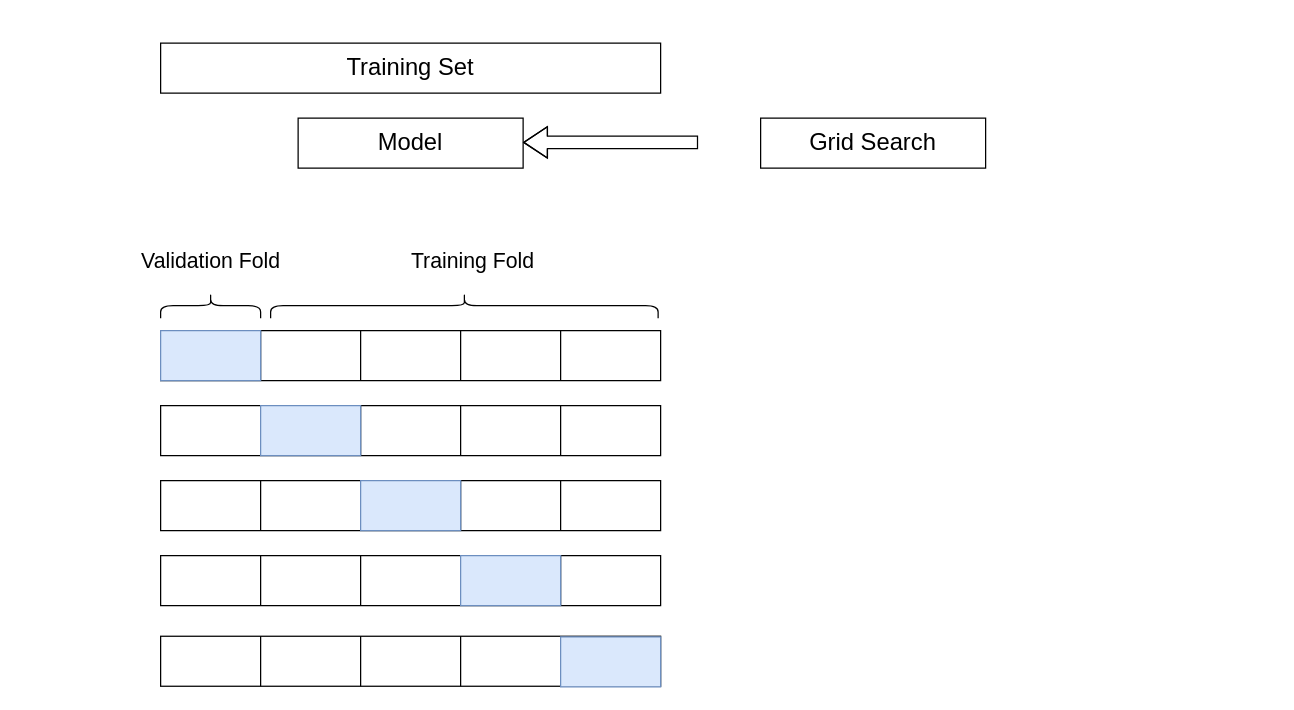
This is CrossValidationWithGridSearch.drawio from eya-harbaoui/Diagramms, a draw.io file, before an edit. Source tidied: cells renumbered, new cells numbered last; positions are measured from the earlier drawing's top-left corner, leaving out a move shared by most shapes. Both pictures are drawn from the tidied source at 125%, with x=0, y=0 at pixel (125, 42). Pictures stored in the file or linked from it are replaced by grey dashed boxes.
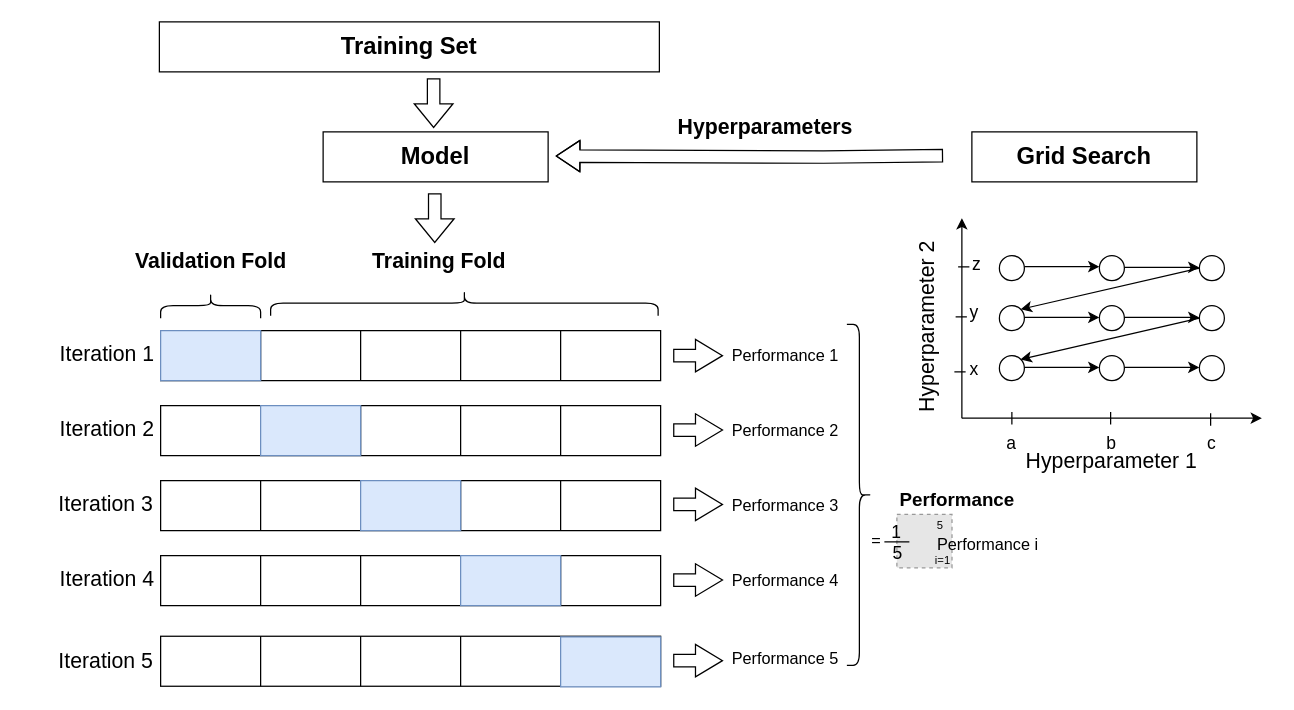
Above is the later version.

Commit message (it also covers changes not shown here):
Mettre à jour CrossValidationWithGridSearch.drawio

The edit, as a diff of the source:
```diff
@@
-    <mxCell id="2" value="&lt;font style=&quot;font-size: 19px;&quot;&gt;Training Set&lt;/font&gt;" style="rounded=0;whiteSpace=wrap;html=1;" parent="1" vertex="1">
-      <mxGeometry x="28" width="400" height="40" as="geometry" />
+    <mxCell id="2" value="&lt;font style=&quot;font-size: 19px;&quot;&gt;&lt;b&gt;Training Set&lt;/b&gt;&lt;/font&gt;" style="rounded=0;whiteSpace=wrap;html=1;" parent="1" vertex="1">
+      <mxGeometry x="27" y="-17" width="400" height="40" as="geometry" />
     </mxCell>
-    <mxCell id="3" value="&lt;font style=&quot;font-size: 19px;&quot;&gt;Model&lt;/font&gt;" style="rounded=0;whiteSpace=wrap;html=1;" parent="1" vertex="1">
-      <mxGeometry x="138" y="60" width="180" height="40" as="geometry" />
+    <mxCell id="3" value="&lt;font style=&quot;font-size: 19px;&quot;&gt;&lt;b&gt;Model&lt;/b&gt;&lt;/font&gt;" style="rounded=0;whiteSpace=wrap;html=1;" parent="1" vertex="1">
+      <mxGeometry x="158" y="71" width="180" height="40" as="geometry" />
     </mxCell>
-    <mxCell id="4" value="&lt;font style=&quot;font-size: 19px;&quot;&gt;Grid Search&lt;/font&gt;" style="rounded=0;whiteSpace=wrap;html=1;" parent="1" vertex="1">
-      <mxGeometry x="508" y="60" width="180" height="40" as="geometry" />
+    <mxCell id="4" value="&lt;font style=&quot;font-size: 19px;&quot;&gt;&lt;b&gt;Grid Search&lt;/b&gt;&lt;/font&gt;" style="rounded=0;whiteSpace=wrap;html=1;" parent="1" vertex="1">
+      <mxGeometry x="677" y="71" width="180" height="40" as="geometry" />
     </mxCell>
@@
-    <mxCell id="35" style="shape=curlyBracket;whiteSpace=wrap;html=1;rounded=1;labelPosition=left;verticalLabelPosition=middle;align=right;verticalAlign=middle;rotation=90;strokeWidth=1;size=0.5;" parent="1" vertex="1">
-      <mxGeometry x="261" y="55" width="20" height="310" as="geometry" />
+    <mxCell id="35" style="shape=curlyBracket;whiteSpace=wrap;html=1;rounded=1;labelPosition=left;verticalLabelPosition=middle;align=right;verticalAlign=middle;rotation=-180;strokeWidth=1;size=0.5;" parent="1" vertex="1">
+      <mxGeometry x="577" y="225" width="20" height="272.7" as="geometry" />
     </mxCell>
@@
-    <mxCell id="37" value="&lt;font style=&quot;font-size: 17px;&quot;&gt;Validation Fold&lt;/font&gt;" style="text;html=1;align=center;verticalAlign=middle;whiteSpace=wrap;rounded=0;" parent="1" vertex="1">
+    <mxCell id="37" value="&lt;font style=&quot;font-size: 17px;&quot;&gt;&lt;b&gt;Validation Fold&lt;/b&gt;&lt;/font&gt;" style="text;html=1;align=center;verticalAlign=middle;whiteSpace=wrap;rounded=0;" parent="1" vertex="1">
       <mxGeometry x="0.5" y="160" width="135" height="30" as="geometry" />
     </mxCell>
-    <mxCell id="38" value="&lt;font style=&quot;font-size: 17px;&quot;&gt;Training Fold&lt;/font&gt;" style="text;html=1;align=center;verticalAlign=middle;whiteSpace=wrap;rounded=0;" parent="1" vertex="1">
-      <mxGeometry x="198" y="160" width="160" height="30" as="geometry" />
+    <mxCell id="38" value="&lt;font style=&quot;font-size: 17px;&quot;&gt;&lt;b&gt;Training Fold&lt;/b&gt;&lt;/font&gt;" style="text;html=1;align=center;verticalAlign=middle;whiteSpace=wrap;rounded=0;" parent="1" vertex="1">
+      <mxGeometry x="171" y="160" width="160" height="30" as="geometry" />
     </mxCell>
     <mxCell id="39" style="shape=flexArrow;endArrow=classic;html=1;rounded=0;endWidth=14.117647058823529;endSize=5.976470588235294;" parent="1" edge="1">
       <mxGeometry relative="1" as="geometry">
-        <mxPoint x="458" y="79.4" as="sourcePoint" />
-        <mxPoint x="318" y="79.4" as="targetPoint" />
+        <mxPoint x="654" y="90" as="sourcePoint" />
+        <mxPoint x="344" y="90.3" as="targetPoint" />
         <Array as="points">
-          <mxPoint x="388" y="79.4" />
+          <mxPoint x="558.2" y="91.1" />
         </Array>
       </mxGeometry>
     </mxCell>
+    <mxCell id="40" value="&lt;span style=&quot;font-size: 17px;&quot;&gt;Iteration 1&lt;/span&gt;" style="text;html=1;align=center;verticalAlign=middle;whiteSpace=wrap;rounded=0;" parent="1" vertex="1">
+      <mxGeometry x="-82" y="235" width="135" height="30" as="geometry" />
+    </mxCell>
+    <mxCell id="41" value="&lt;span style=&quot;font-size: 17px;&quot;&gt;Iteration 2&lt;/span&gt;" style="text;html=1;align=center;verticalAlign=middle;whiteSpace=wrap;rounded=0;" parent="1" vertex="1">
+      <mxGeometry x="-82" y="295" width="135" height="30" as="geometry" />
+    </mxCell>
+    <mxCell id="42" value="&lt;span style=&quot;font-size: 17px;&quot;&gt;Iteration 3&lt;/span&gt;" style="text;html=1;align=center;verticalAlign=middle;whiteSpace=wrap;rounded=0;" parent="1" vertex="1">
+      <mxGeometry x="-83" y="355" width="135" height="30" as="geometry" />
+    </mxCell>
+    <mxCell id="43" value="&lt;span style=&quot;font-size: 17px;&quot;&gt;Iteration 4&lt;/span&gt;" style="text;html=1;align=center;verticalAlign=middle;whiteSpace=wrap;rounded=0;" parent="1" vertex="1">
+      <mxGeometry x="-82" y="415" width="135" height="30" as="geometry" />
+    </mxCell>
+    <mxCell id="44" value="&lt;span style=&quot;font-size: 17px;&quot;&gt;Iteration 5&lt;/span&gt;" style="text;html=1;align=center;verticalAlign=middle;whiteSpace=wrap;rounded=0;" parent="1" vertex="1">
+      <mxGeometry x="-83" y="480" width="135" height="30" as="geometry" />
+    </mxCell>
+    <mxCell id="45" style="shape=flexArrow;endArrow=classic;html=1;rounded=0;endWidth=15;endSize=6.87;" parent="1" edge="1">
+      <mxGeometry relative="1" as="geometry">
+        <mxPoint x="438" y="250" as="sourcePoint" />
+        <mxPoint x="478" y="250" as="targetPoint" />
+      </mxGeometry>
+    </mxCell>
+    <mxCell id="46" style="shape=flexArrow;endArrow=classic;html=1;rounded=0;endWidth=15;endSize=6.87;" parent="1" edge="1">
+      <mxGeometry relative="1" as="geometry">
+        <mxPoint x="438" y="309.5" as="sourcePoint" />
+        <mxPoint x="478" y="309.5" as="targetPoint" />
+      </mxGeometry>
+    </mxCell>
+    <mxCell id="47" style="shape=flexArrow;endArrow=classic;html=1;rounded=0;endWidth=15;endSize=6.87;" parent="1" edge="1">
+      <mxGeometry relative="1" as="geometry">
+        <mxPoint x="438" y="369" as="sourcePoint" />
+        <mxPoint x="478" y="369" as="targetPoint" />
+      </mxGeometry>
+    </mxCell>
+    <mxCell id="48" style="shape=flexArrow;endArrow=classic;html=1;rounded=0;endWidth=15;endSize=6.87;" parent="1" edge="1">
+      <mxGeometry relative="1" as="geometry">
+        <mxPoint x="438" y="429.5" as="sourcePoint" />
+        <mxPoint x="478" y="429.5" as="targetPoint" />
+      </mxGeometry>
+    </mxCell>
+    <mxCell id="49" style="shape=flexArrow;endArrow=classic;html=1;rounded=0;endWidth=15;endSize=6.87;" parent="1" edge="1">
+      <mxGeometry relative="1" as="geometry">
+        <mxPoint x="438" y="494" as="sourcePoint" />
+        <mxPoint x="478" y="494" as="targetPoint" />
+      </mxGeometry>
+    </mxCell>
+    <mxCell id="50" value="&lt;font style=&quot;font-size: 13px;&quot;&gt;Performance 1&lt;/font&gt;" style="text;html=1;align=center;verticalAlign=middle;whiteSpace=wrap;rounded=0;" parent="1" vertex="1">
+      <mxGeometry x="471.5" y="235" width="112" height="30" as="geometry" />
+    </mxCell>
+    <mxCell id="51" style="group;" parent="1" vertex="1">
+      <mxGeometry x="567" y="373" width="160" height="58" as="geometry" />
+    </mxCell>
+    <mxCell id="52" style="fillColor=#E6E6E6;strokeColor=#999999;dashed=1;verticalLabelPosition=bottom;labelBackgroundColor=default;verticalAlign=top;" parent="51" vertex="1">
+      <mxGeometry x="50" y="4" width="44.1" height="42.7" as="geometry" />
+    </mxCell>
+    <mxCell id="53" style="group;" parent="51" vertex="1">
+      <mxGeometry x="20" y="3" width="60" height="45" as="geometry" />
+    </mxCell>
+    <mxCell id="54" value="&lt;font style=&quot;font-size: 14px;&quot;&gt;1&lt;/font&gt;" style="text;html=1;align=center;verticalAlign=middle;whiteSpace=wrap;rounded=0;" parent="53" vertex="1">
+      <mxGeometry width="60" height="30" as="geometry" />
+    </mxCell>
+    <mxCell id="55" value="&lt;font style=&quot;font-size: 14px;&quot;&gt;5&lt;/font&gt;" style="text;html=1;align=center;verticalAlign=middle;whiteSpace=wrap;rounded=0;" parent="53" vertex="1">
+      <mxGeometry x="1" y="19" width="60" height="26" as="geometry" />
+    </mxCell>
+    <mxCell id="56" style="endArrow=none;html=1;rounded=0;" parent="53" edge="1">
+      <mxGeometry relative="1" as="geometry">
+        <mxPoint x="20" y="23" as="sourcePoint" />
+        <mxPoint x="40" y="23" as="targetPoint" />
+      </mxGeometry>
+    </mxCell>
+    <mxCell id="57" value="&lt;font style=&quot;font-size: 13px;&quot;&gt;&amp;nbsp; &amp;nbsp; =&lt;/font&gt;" style="text;html=1;align=center;verticalAlign=middle;whiteSpace=wrap;rounded=0;" parent="53" vertex="1">
+      <mxGeometry x="-16" y="7" width="45" height="30" as="geometry" />
+    </mxCell>
+    <mxCell id="58" value="&lt;font style=&quot;font-size: 9px;&quot;&gt;i=1&lt;/font&gt;" style="text;html=1;align=center;verticalAlign=middle;whiteSpace=wrap;rounded=0;" parent="51" vertex="1">
+      <mxGeometry x="57" y="25" width="60" height="30" as="geometry" />
+    </mxCell>
+    <mxCell id="59" value="&lt;font style=&quot;font-size: 13px;&quot;&gt;Performance i&lt;/font&gt;" style="text;html=1;align=center;verticalAlign=middle;whiteSpace=wrap;rounded=0;" parent="51" vertex="1">
+      <mxGeometry x="78" y="12.5" width="90" height="30" as="geometry" />
+    </mxCell>
+    <mxCell id="60" value="&lt;font style=&quot;font-size: 9px;&quot;&gt;5&lt;/font&gt;" style="text;html=1;align=center;verticalAlign=middle;whiteSpace=wrap;rounded=0;" parent="51" vertex="1">
+      <mxGeometry x="55" y="-3" width="60" height="30" as="geometry" />
+    </mxCell>
+    <mxCell id="61" style="shape=curlyBracket;whiteSpace=wrap;html=1;rounded=1;labelPosition=left;verticalLabelPosition=middle;align=right;verticalAlign=middle;rotation=90;strokeWidth=1;size=0.5;" parent="1" vertex="1">
+      <mxGeometry x="261" y="53" width="20" height="310" as="geometry" />
+    </mxCell>
+    <mxCell id="62" style="shape=flexArrow;endArrow=classic;html=1;rounded=0;" parent="1" edge="1">
+      <mxGeometry relative="1" as="geometry">
+        <mxPoint x="246.4" y="28" as="sourcePoint" />
+        <mxPoint x="246.4" y="68" as="targetPoint" />
+      </mxGeometry>
+    </mxCell>
+    <mxCell id="63" style="shape=flexArrow;endArrow=classic;html=1;rounded=0;" parent="1" edge="1">
+      <mxGeometry relative="1" as="geometry">
+        <mxPoint x="247.3" y="120" as="sourcePoint" />
+        <mxPoint x="247.3" y="160" as="targetPoint" />
+      </mxGeometry>
+    </mxCell>
+    <mxCell id="64" value="&lt;font style=&quot;font-size: 17px;&quot;&gt;&lt;b&gt;Hyperparameters&lt;/b&gt;&lt;/font&gt;" style="text;html=1;align=center;verticalAlign=middle;whiteSpace=wrap;rounded=0;" parent="1" vertex="1">
+      <mxGeometry x="427" y="53" width="170" height="30" as="geometry" />
+    </mxCell>
+    <mxCell id="65" value="&lt;font style=&quot;font-size: 17px;&quot;&gt;Hyperparameter 2&lt;/font&gt;" style="text;html=1;align=center;verticalAlign=middle;whiteSpace=wrap;rounded=0;rotation=-90;" parent="1" vertex="1">
+      <mxGeometry x="557" y="212" width="170" height="30" as="geometry" />
+    </mxCell>
+    <mxCell id="66" style="endArrow=classic;html=1;rounded=0;startArrow=none;startFill=0;endFill=1;" parent="1" edge="1">
+      <mxGeometry relative="1" as="geometry">
+        <mxPoint x="669" y="300" as="sourcePoint" />
+        <mxPoint x="669" y="140" as="targetPoint" />
+      </mxGeometry>
+    </mxCell>
+    <mxCell id="67" style="endArrow=none;html=1;rounded=0;startArrow=classic;startFill=1;" parent="1" edge="1">
+      <mxGeometry relative="1" as="geometry">
+        <mxPoint x="909" y="300" as="sourcePoint" />
+        <mxPoint x="669" y="300" as="targetPoint" />
+      </mxGeometry>
+    </mxCell>
+    <mxCell id="68" style="ellipse;whiteSpace=wrap;html=1;" parent="1" vertex="1">
+      <mxGeometry x="699" y="250" width="20" height="20" as="geometry" />
+    </mxCell>
+    <mxCell id="69" style="ellipse;whiteSpace=wrap;html=1;" parent="1" vertex="1">
+      <mxGeometry x="779" y="250" width="20" height="20" as="geometry" />
+    </mxCell>
+    <mxCell id="70" style="ellipse;whiteSpace=wrap;html=1;" parent="1" vertex="1">
+      <mxGeometry x="859" y="250" width="20" height="20" as="geometry" />
+    </mxCell>
+    <mxCell id="71" style="ellipse;whiteSpace=wrap;html=1;" parent="1" vertex="1">
+      <mxGeometry x="699" y="210" width="20" height="20" as="geometry" />
+    </mxCell>
+    <mxCell id="72" style="ellipse;whiteSpace=wrap;html=1;" parent="1" vertex="1">
+      <mxGeometry x="779" y="210" width="20" height="20" as="geometry" />
+    </mxCell>
+    <mxCell id="73" style="ellipse;whiteSpace=wrap;html=1;" parent="1" vertex="1">
+      <mxGeometry x="859" y="210" width="20" height="20" as="geometry" />
+    </mxCell>
+    <mxCell id="74" style="ellipse;whiteSpace=wrap;html=1;" parent="1" vertex="1">
+      <mxGeometry x="859" y="170" width="20" height="20" as="geometry" />
+    </mxCell>
+    <mxCell id="75" style="ellipse;whiteSpace=wrap;html=1;" parent="1" vertex="1">
+      <mxGeometry x="779" y="170" width="20" height="20" as="geometry" />
+    </mxCell>
+    <mxCell id="76" style="ellipse;whiteSpace=wrap;html=1;" parent="1" vertex="1">
+      <mxGeometry x="699" y="170" width="20" height="20" as="geometry" />
+    </mxCell>
+    <mxCell id="77" value="&lt;font style=&quot;font-size: 17px;&quot;&gt;Hyperparameter 1&lt;/font&gt;" style="text;html=1;align=center;verticalAlign=middle;whiteSpace=wrap;rounded=0;" parent="1" vertex="1">
+      <mxGeometry x="704" y="320" width="170" height="30" as="geometry" />
+    </mxCell>
+    <mxCell id="78" style="endArrow=none;html=1;rounded=0;" parent="1" edge="1">
+      <mxGeometry relative="1" as="geometry">
+        <mxPoint x="709" y="305" as="sourcePoint" />
+        <mxPoint x="709" y="295" as="targetPoint" />
+      </mxGeometry>
+    </mxCell>
+    <mxCell id="79" style="endArrow=none;html=1;rounded=0;" parent="1" edge="1">
+      <mxGeometry relative="1" as="geometry">
+        <mxPoint x="788" y="305" as="sourcePoint" />
+        <mxPoint x="788" y="295" as="targetPoint" />
+      </mxGeometry>
+    </mxCell>
+    <mxCell id="80" style="endArrow=none;html=1;rounded=0;" parent="1" edge="1">
+      <mxGeometry relative="1" as="geometry">
+        <mxPoint x="868" y="306" as="sourcePoint" />
+        <mxPoint x="868" y="296" as="targetPoint" />
+      </mxGeometry>
+    </mxCell>
+    <mxCell id="81" style="endArrow=none;html=1;rounded=0;" parent="1" edge="1">
+      <mxGeometry relative="1" as="geometry">
+        <mxPoint x="673" y="219" as="sourcePoint" />
+        <mxPoint x="664" y="219" as="targetPoint" />
+      </mxGeometry>
+    </mxCell>
+    <mxCell id="82" style="endArrow=none;html=1;rounded=0;" parent="1" edge="1">
+      <mxGeometry relative="1" as="geometry">
+        <mxPoint x="675" y="179" as="sourcePoint" />
+        <mxPoint x="666" y="179" as="targetPoint" />
+      </mxGeometry>
+    </mxCell>
+    <mxCell id="83" value="&lt;font style=&quot;font-size: 14px;&quot;&gt;a&lt;/font&gt;" style="text;html=1;align=center;verticalAlign=middle;whiteSpace=wrap;rounded=0;" parent="1" vertex="1">
+      <mxGeometry x="679" y="305" width="60" height="30" as="geometry" />
+    </mxCell>
+    <mxCell id="84" value="&lt;font style=&quot;font-size: 14px;&quot;&gt;b&lt;/font&gt;" style="text;html=1;align=center;verticalAlign=middle;whiteSpace=wrap;rounded=0;" parent="1" vertex="1">
+      <mxGeometry x="759" y="305" width="60" height="30" as="geometry" />
+    </mxCell>
+    <mxCell id="85" value="&lt;font style=&quot;font-size: 14px;&quot;&gt;c&lt;/font&gt;" style="text;html=1;align=center;verticalAlign=middle;whiteSpace=wrap;rounded=0;" parent="1" vertex="1">
+      <mxGeometry x="839" y="305" width="60" height="30" as="geometry" />
+    </mxCell>
+    <mxCell id="86" value="&lt;font style=&quot;font-size: 14px;&quot;&gt;x&lt;/font&gt;" style="text;html=1;align=center;verticalAlign=middle;whiteSpace=wrap;rounded=0;" parent="1" vertex="1">
+      <mxGeometry x="649" y="246" width="60" height="30" as="geometry" />
+    </mxCell>
+    <mxCell id="87" value="&lt;font style=&quot;font-size: 14px;&quot;&gt;y&lt;/font&gt;" style="text;html=1;align=center;verticalAlign=middle;whiteSpace=wrap;rounded=0;" parent="1" vertex="1">
+      <mxGeometry x="663" y="200" width="32" height="30" as="geometry" />
+    </mxCell>
+    <mxCell id="88" value="&lt;font style=&quot;font-size: 14px;&quot;&gt;z&lt;/font&gt;" style="text;html=1;align=center;verticalAlign=middle;whiteSpace=wrap;rounded=0;" parent="1" vertex="1">
+      <mxGeometry x="663" y="154.5" width="36" height="45" as="geometry" />
+    </mxCell>
+    <mxCell id="89" style="endArrow=classic;html=1;rounded=0;" parent="1" edge="1">
+      <mxGeometry relative="1" as="geometry">
+        <mxPoint x="719" y="178.8" as="sourcePoint" />
+        <mxPoint x="779" y="178.8" as="targetPoint" />
+      </mxGeometry>
+    </mxCell>
+    <mxCell id="90" style="endArrow=classic;html=1;rounded=0;" parent="1" edge="1">
+      <mxGeometry relative="1" as="geometry">
+        <mxPoint x="799" y="179.4" as="sourcePoint" />
+        <mxPoint x="859" y="179.4" as="targetPoint" />
+      </mxGeometry>
+    </mxCell>
+    <mxCell id="91" style="endArrow=classic;html=1;rounded=0;entryX=1;entryY=0;entryDx=0;entryDy=0;" parent="1" edge="1" target="71">
+      <mxGeometry relative="1" as="geometry">
+        <mxPoint x="859" y="180" as="sourcePoint" />
+      </mxGeometry>
+    </mxCell>
+    <mxCell id="92" style="endArrow=classic;html=1;rounded=0;" parent="1" edge="1">
+      <mxGeometry relative="1" as="geometry">
+        <mxPoint x="719" y="219.4" as="sourcePoint" />
+        <mxPoint x="779" y="219.4" as="targetPoint" />
+      </mxGeometry>
+    </mxCell>
+    <mxCell id="93" style="endArrow=classic;html=1;rounded=0;" parent="1" edge="1">
+      <mxGeometry relative="1" as="geometry">
+        <mxPoint x="719" y="259.4" as="sourcePoint" />
+        <mxPoint x="779" y="259.4" as="targetPoint" />
+      </mxGeometry>
+    </mxCell>
+    <mxCell id="94" style="endArrow=classic;html=1;rounded=0;" parent="1" edge="1">
+      <mxGeometry relative="1" as="geometry">
+        <mxPoint x="799" y="259.4" as="sourcePoint" />
+        <mxPoint x="859" y="259.4" as="targetPoint" />
+      </mxGeometry>
+    </mxCell>
+    <mxCell id="95" style="endArrow=classic;html=1;rounded=0;" parent="1" edge="1">
+      <mxGeometry relative="1" as="geometry">
+        <mxPoint x="799" y="219.4" as="sourcePoint" />
+        <mxPoint x="859" y="219.4" as="targetPoint" />
+      </mxGeometry>
+    </mxCell>
+    <mxCell id="96" style="endArrow=classic;html=1;rounded=0;entryX=1;entryY=0;entryDx=0;entryDy=0;" parent="1" edge="1">
+      <mxGeometry relative="1" as="geometry">
+        <mxPoint x="859" y="220" as="sourcePoint" />
+        <mxPoint x="716" y="253" as="targetPoint" />
+      </mxGeometry>
+    </mxCell>
+    <mxCell id="97" value="&lt;b style=&quot;&quot;&gt;&lt;font style=&quot;font-size: 15px;&quot;&gt;Performance&lt;/font&gt;&lt;/b&gt;" style="text;html=1;align=center;verticalAlign=middle;whiteSpace=wrap;rounded=0;" parent="1" vertex="1">
+      <mxGeometry x="597" y="350" width="136.5" height="30" as="geometry" />
+    </mxCell>
+    <mxCell id="98" style="endArrow=none;html=1;rounded=0;" parent="1" edge="1">
+      <mxGeometry relative="1" as="geometry">
+        <mxPoint x="672" y="263" as="sourcePoint" />
+        <mxPoint x="663" y="263" as="targetPoint" />
+      </mxGeometry>
+    </mxCell>
+    <mxCell id="99" value="&lt;font style=&quot;font-size: 13px;&quot;&gt;Performance 2&lt;/font&gt;" style="text;html=1;align=center;verticalAlign=middle;whiteSpace=wrap;rounded=0;" parent="1" vertex="1">
+      <mxGeometry x="471.5" y="295" width="112" height="30" as="geometry" />
+    </mxCell>
+    <mxCell id="100" value="&lt;font style=&quot;font-size: 13px;&quot;&gt;Performance 3&lt;/font&gt;" style="text;html=1;align=center;verticalAlign=middle;whiteSpace=wrap;rounded=0;" parent="1" vertex="1">
+      <mxGeometry x="471.5" y="355" width="112" height="30" as="geometry" />
+    </mxCell>
+    <mxCell id="101" value="&lt;font style=&quot;font-size: 13px;&quot;&gt;Performance 4&lt;/font&gt;" style="text;html=1;align=center;verticalAlign=middle;whiteSpace=wrap;rounded=0;" parent="1" vertex="1">
+      <mxGeometry x="471.5" y="415" width="112" height="30" as="geometry" />
+    </mxCell>
+    <mxCell id="102" value="&lt;font style=&quot;font-size: 13px;&quot;&gt;Performance 5&lt;/font&gt;" style="text;html=1;align=center;verticalAlign=middle;whiteSpace=wrap;rounded=0;" parent="1" vertex="1">
+      <mxGeometry x="471.5" y="477" width="112" height="30" as="geometry" />
+    </mxCell>
```
